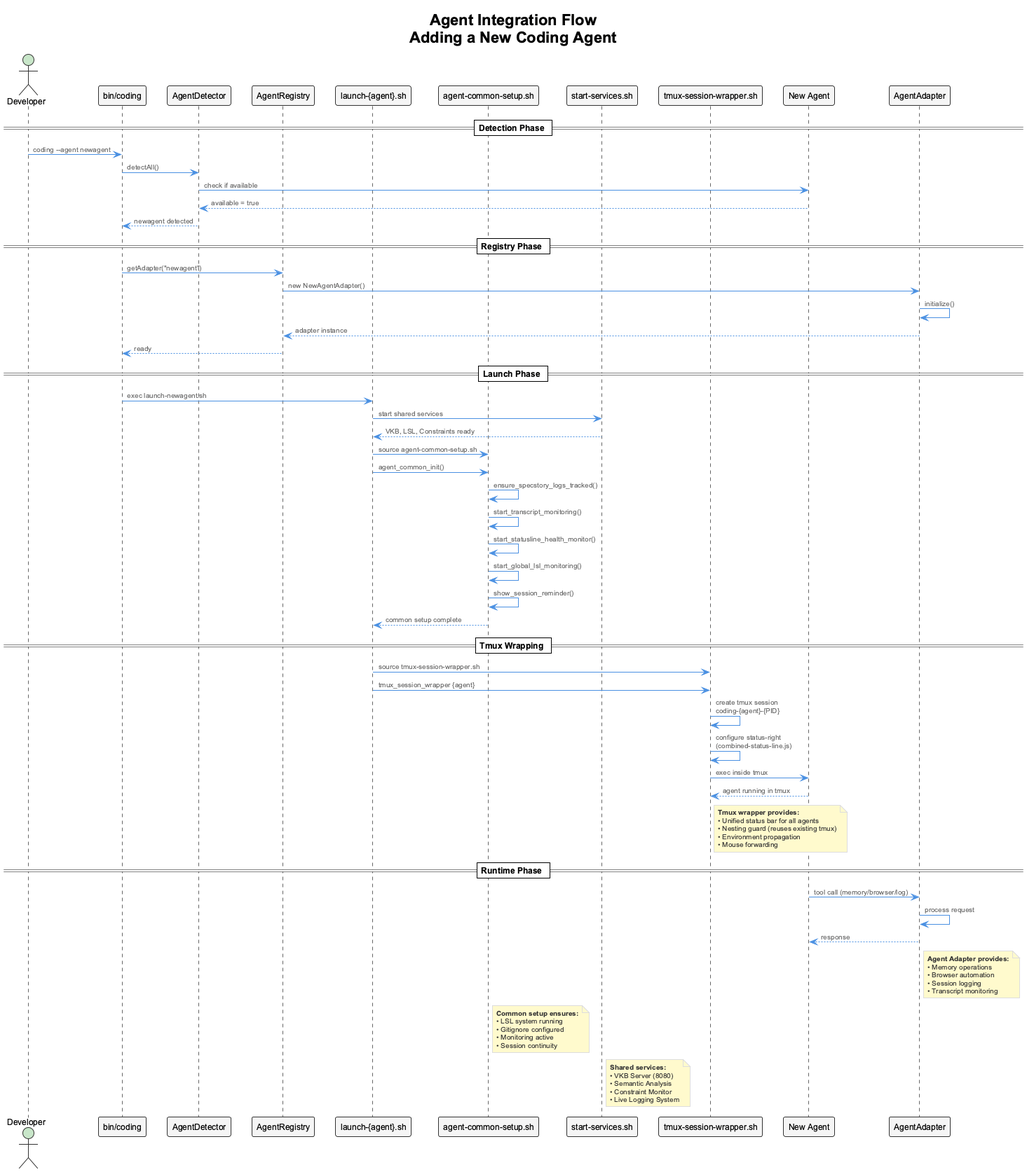
Above: docs-content/images/agent-integration-flow.png in fwornle/coding (PlantUML), before the change. The source it was exported from:
```plantuml
@startuml agent-integration-flow
!include _standard-style.puml

title Agent Integration Flow\nAdding a New Coding Agent

actor "Developer" as dev
participant "bin/coding" as main
participant "AgentDetector" as detector
participant "AgentRegistry" as registry
participant "launch-{agent}.sh" as launcher
participant "agent-common-setup.sh" as common
participant "start-services.sh" as services
participant "tmux-session-wrapper.sh" as tmux
participant "New Agent" as agent
participant "AgentAdapter" as adapter

== Detection Phase ==
dev -> main : coding --agent newagent
main -> detector : detectAll()
detector -> agent : check if available
agent --> detector : available = true
detector --> main : newagent detected

== Registry Phase ==
main -> registry : getAdapter("newagent")
registry -> adapter : new NewAgentAdapter()
adapter -> adapter : initialize()
adapter --> registry : adapter instance
registry --> main : ready

== Launch Phase ==
main -> launcher : exec launch-newagent.sh
launcher -> services : start shared services
services --> launcher : VKB, LSL, Constraints ready

launcher -> common : source agent-common-setup.sh
launcher -> common : agent_common_init()
common -> common : ensure_specstory_logs_tracked()
common -> common : start_transcript_monitoring()
common -> common : start_statusline_health_monitor()
common -> common : start_global_lsl_monitoring()
common -> common : show_session_reminder()
common --> launcher : common setup complete

== Tmux Wrapping ==
launcher -> tmux : source tmux-session-wrapper.sh
launcher -> tmux : tmux_session_wrapper {agent}
tmux -> tmux : create tmux session\ncoding-{agent}-{PID}
tmux -> tmux : configure status-right\n(combined-status-line.js)
tmux -> agent : exec inside tmux
agent --> tmux : agent running in tmux

note right of tmux
  **Tmux wrapper provides:**
  • Unified status bar for all agents
  • Nesting guard (reuses existing tmux)
  • Environment propagation
  • Mouse forwarding
end note

== Runtime Phase ==
agent -> adapter : tool call (memory/browser/log)
adapter -> adapter : process request
adapter --> agent : response

note right of adapter
  **Agent Adapter provides:**
  • Memory operations
  • Browser automation
  • Session logging
  • Transcript monitoring
end note

note right of common
  **Common setup ensures:**
  • LSL system running
  • Gitignore configured
  • Monitoring active
  • Session continuity
end note

note right of services
  **Shared services:**
  • VKB Server (8080)
  • Semantic Analysis
  • Constraint Monitor
  • Live Logging System
end note

@enduml
```
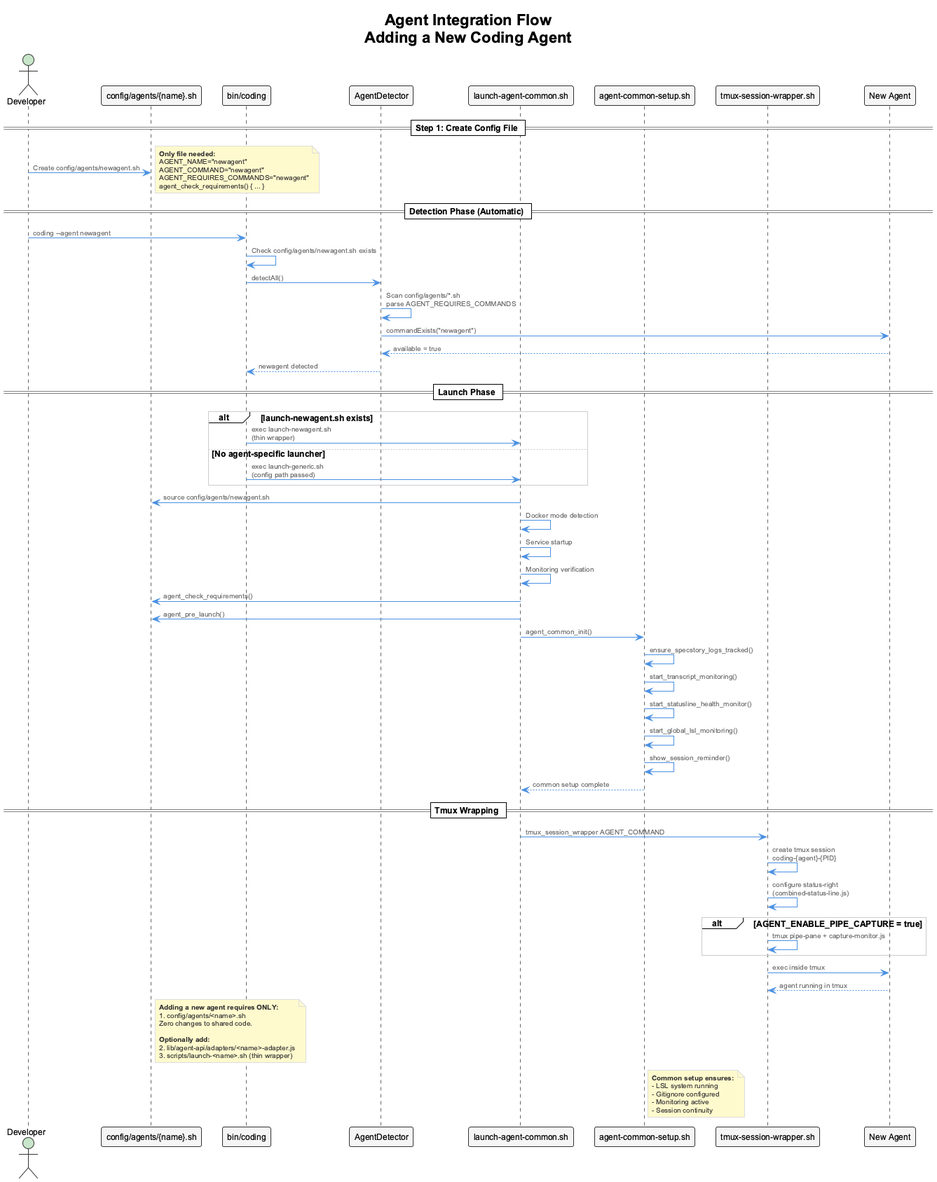
The same diagram one commit later.

Change to the diagram source:
```diff
@@ -4,87 +4,88 @@
 title Agent Integration Flow\nAdding a New Coding Agent
 
 actor "Developer" as dev
+participant "config/agents/{name}.sh" as config
 participant "bin/coding" as main
 participant "AgentDetector" as detector
-participant "AgentRegistry" as registry
-participant "launch-{agent}.sh" as launcher
-participant "agent-common-setup.sh" as common
-participant "start-services.sh" as services
+participant "launch-agent-common.sh" as common
+participant "agent-common-setup.sh" as setup
 participant "tmux-session-wrapper.sh" as tmux
 participant "New Agent" as agent
-participant "AgentAdapter" as adapter
 
-== Detection Phase ==
+== Step 1: Create Config File ==
+
+dev -> config: Create config/agents/newagent.sh
+note right
+  **Only file needed:**
+  AGENT_NAME="newagent"
+  AGENT_COMMAND="newagent"
+  AGENT_REQUIRES_COMMANDS="newagent"
+  agent_check_requirements() { ... }
+end note
+
+== Detection Phase (Automatic) ==
+
 dev -> main : coding --agent newagent
+main -> main : Check config/agents/newagent.sh exists
 main -> detector : detectAll()
-detector -> agent : check if available
+detector -> detector : Scan config/agents/*.sh\nparse AGENT_REQUIRES_COMMANDS
+detector -> agent : commandExists("newagent")
 agent --> detector : available = true
 detector --> main : newagent detected
 
-== Registry Phase ==
-main -> registry : getAdapter("newagent")
-registry -> adapter : new NewAgentAdapter()
-adapter -> adapter : initialize()
-adapter --> registry : adapter instance
-registry --> main : ready
+== Launch Phase ==
 
-== Launch Phase ==
-main -> launcher : exec launch-newagent.sh
-launcher -> services : start shared services
-services --> launcher : VKB, LSL, Constraints ready
+alt launch-newagent.sh exists
+  main -> common : exec launch-newagent.sh\n(thin wrapper)
+else No agent-specific launcher
+  main -> common : exec launch-generic.sh\n(config path passed)
+end
 
-launcher -> common : source agent-common-setup.sh
-launcher -> common : agent_common_init()
-common -> common : ensure_specstory_logs_tracked()
-common -> common : start_transcript_monitoring()
-common -> common : start_statusline_health_monitor()
-common -> common : start_global_lsl_monitoring()
-common -> common : show_session_reminder()
-common --> launcher : common setup complete
+common -> config : source config/agents/newagent.sh
+common -> common : Docker mode detection
+common -> common : Service startup
+common -> common : Monitoring verification
+
+common -> config : agent_check_requirements()
+common -> config : agent_pre_launch()
+
+common -> setup : agent_common_init()
+setup -> setup : ensure_specstory_logs_tracked()
+setup -> setup : start_transcript_monitoring()
+setup -> setup : start_statusline_health_monitor()
+setup -> setup : start_global_lsl_monitoring()
+setup -> setup : show_session_reminder()
+setup --> common : common setup complete
 
 == Tmux Wrapping ==
-launcher -> tmux : source tmux-session-wrapper.sh
-launcher -> tmux : tmux_session_wrapper {agent}
+
+common -> tmux : tmux_session_wrapper AGENT_COMMAND
 tmux -> tmux : create tmux session\ncoding-{agent}-{PID}
 tmux -> tmux : configure status-right\n(combined-status-line.js)
+
+alt AGENT_ENABLE_PIPE_CAPTURE = true
+  tmux -> tmux : tmux pipe-pane + capture-monitor.js
+end
+
 tmux -> agent : exec inside tmux
 agent --> tmux : agent running in tmux
 
-note right of tmux
-  **Tmux wrapper provides:**
-  • Unified status bar for all agents
-  • Nesting guard (reuses existing tmux)
-  • Environment propagation
-  • Mouse forwarding
+note right of config
+  **Adding a new agent requires ONLY:**
+  1. config/agents/<name>.sh
+  Zero changes to shared code.
+
+  **Optionally add:**
+  2. lib/agent-api/adapters/<name>-adapter.js
+  3. scripts/launch-<name>.sh (thin wrapper)
 end note
 
-== Runtime Phase ==
-agent -> adapter : tool call (memory/browser/log)
-adapter -> adapter : process request
-adapter --> agent : response
-
-note right of adapter
-  **Agent Adapter provides:**
-  • Memory operations
-  • Browser automation
-  • Session logging
-  • Transcript monitoring
-end note
-
-note right of common
+note right of setup
   **Common setup ensures:**
-  • LSL system running
-  • Gitignore configured
-  • Monitoring active
-  • Session continuity
-end note
-
-note right of services
-  **Shared services:**
-  • VKB Server (8080)
-  • Semantic Analysis
-  • Constraint Monitor
-  • Live Logging System
+  - LSL system running
+  - Gitignore configured
+  - Monitoring active
+  - Session continuity
 end note
 
 @enduml
```
